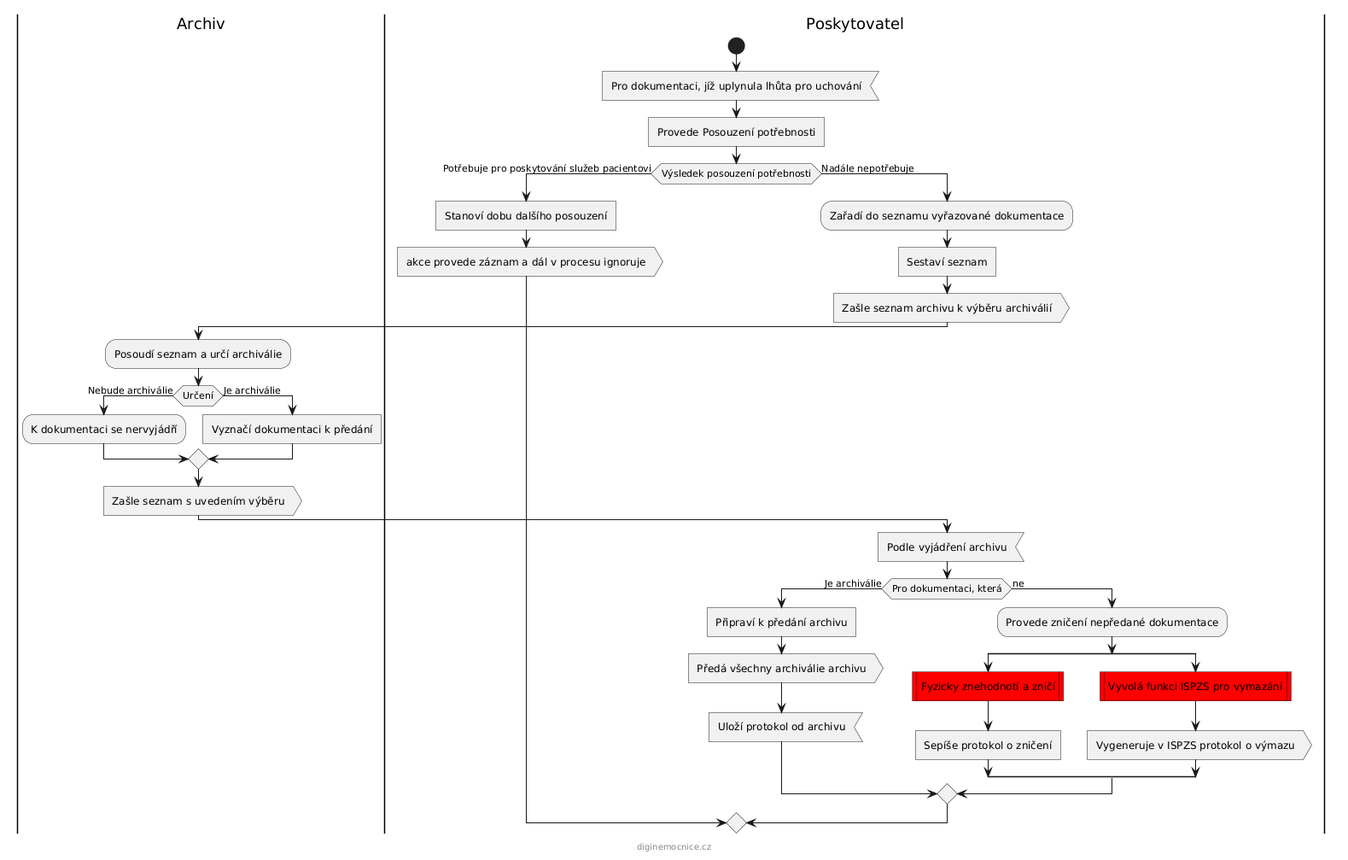
This is Průběh vyřazování zdravotnické dokumentace.png from egdilna/diginemocnice, a PlantUML export, as it was before one commit.
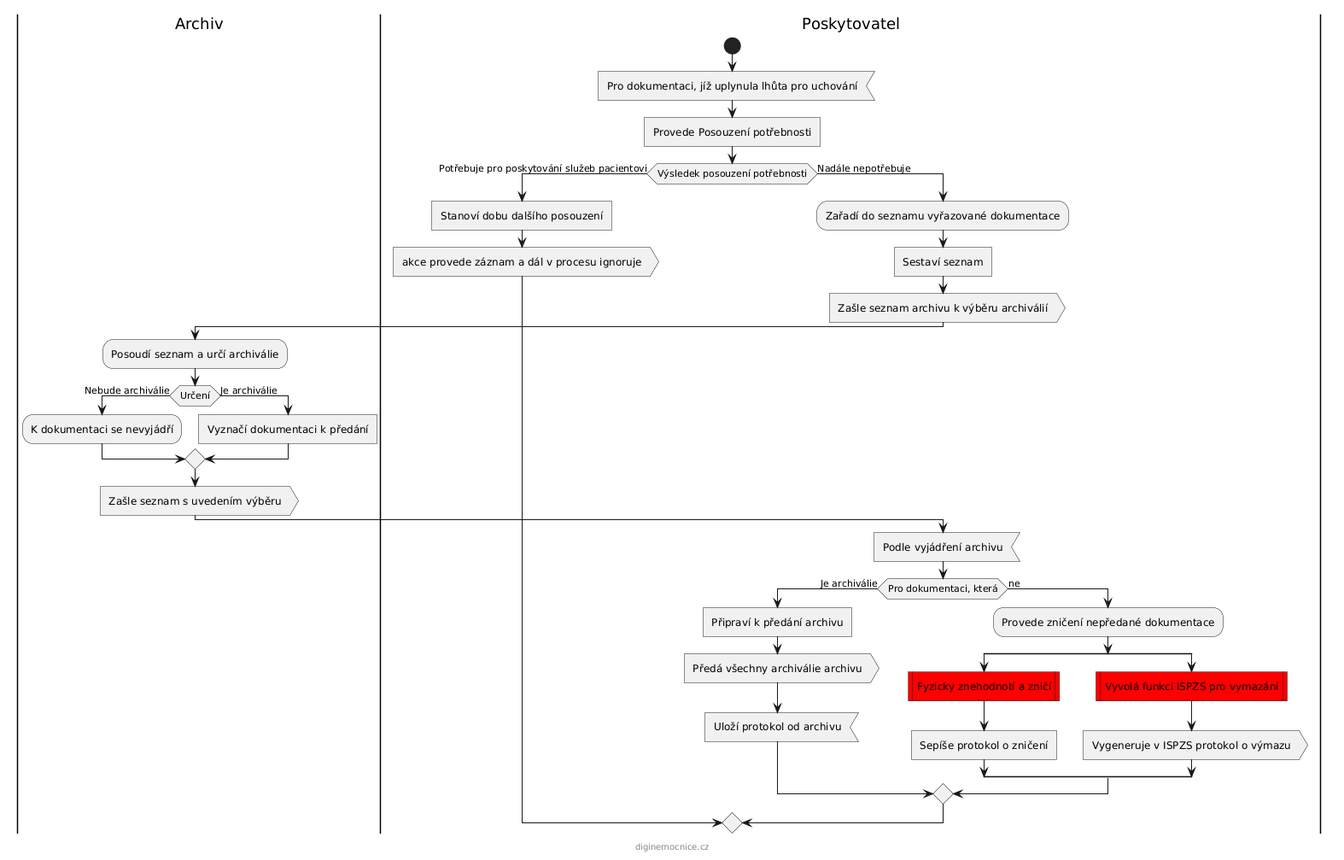
After the change.

Commit message:
PlantUML editor: obrázek diagramu Průběh vyřazování zdravotnické dokumentace — 2026-09-18 11:49:48

Diff of the diagram source:
```diff
@@ -18,7 +18,7 @@
   |Archiv|
   :Posoudí seznam a určí archiválie;
   if (Určení) then (Nebude archiválie)
-    :K dokumentaci se nervyjádří;
+    :K dokumentaci se nevyjádří;
   else (Je archiválie)
     :Vyznačí dokumentaci k předání; <<task>>
   endif
```
